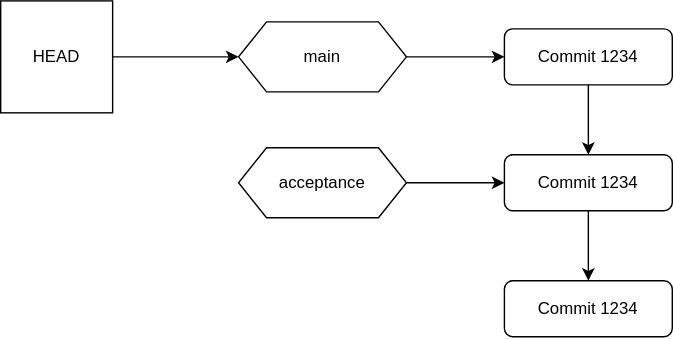
OpenKnowledgeHub/presentations keeps this draw.io diagram as git-learning/assets/git_branch.drawio.svg. Above is the earlier version. Source tidied: cells renumbered, new cells last; positions are measured from the earlier drawing's top-left corner, leaving out a move shared by most shapes. Its diagram source:
```xml
<mxGraphModel>
  <root>
    <mxCell id="0" />
    <mxCell id="1" parent="0" />
    <mxCell id="2" style="edgeStyle=orthogonalEdgeStyle;rounded=0;jettySize=auto;html=1;" parent="1" edge="1" source="3" target="5">
      <mxGeometry relative="1" as="geometry" />
    </mxCell>
    <mxCell id="3" value="HEAD" style="whiteSpace=wrap;html=1;" parent="1" vertex="1">
      <mxGeometry width="80" height="80" as="geometry" />
    </mxCell>
    <mxCell id="4" style="edgeStyle=orthogonalEdgeStyle;rounded=0;jettySize=auto;html=1;entryX=0;entryY=0.5;entryDx=0;entryDy=0;" parent="1" edge="1" source="5" target="7">
      <mxGeometry relative="1" as="geometry" />
    </mxCell>
    <mxCell id="5" value="main" style="shape=hexagon;perimeter=hexagonPerimeter2;whiteSpace=wrap;html=1;fixedSize=1;" parent="1" vertex="1">
      <mxGeometry x="170" y="15" width="120" height="50" as="geometry" />
    </mxCell>
    <mxCell id="6" style="edgeStyle=orthogonalEdgeStyle;rounded=0;jettySize=auto;html=1;" parent="1" edge="1" source="7" target="9">
      <mxGeometry relative="1" as="geometry" />
    </mxCell>
    <mxCell id="7" value="Commit 1234" style="rounded=1;whiteSpace=wrap;html=1;" parent="1" vertex="1">
      <mxGeometry x="360" y="20" width="120" height="40" as="geometry" />
    </mxCell>
    <mxCell id="8" style="edgeStyle=orthogonalEdgeStyle;rounded=0;jettySize=auto;html=1;" parent="1" edge="1" source="9" target="10">
      <mxGeometry relative="1" as="geometry" />
    </mxCell>
    <mxCell id="9" value="Commit 1234" style="rounded=1;whiteSpace=wrap;html=1;" parent="1" vertex="1">
      <mxGeometry x="360" y="110" width="120" height="40" as="geometry" />
    </mxCell>
    <mxCell id="10" value="Commit 1234" style="rounded=1;whiteSpace=wrap;html=1;" parent="1" vertex="1">
      <mxGeometry x="360" y="200" width="120" height="40" as="geometry" />
    </mxCell>
    <mxCell id="11" style="edgeStyle=orthogonalEdgeStyle;rounded=0;jettySize=auto;html=1;" parent="1" edge="1" source="12" target="9">
      <mxGeometry relative="1" as="geometry" />
    </mxCell>
    <mxCell id="12" value="acceptance" style="shape=hexagon;perimeter=hexagonPerimeter2;whiteSpace=wrap;html=1;fixedSize=1;" parent="1" vertex="1">
      <mxGeometry x="170" y="105" width="120" height="50" as="geometry" />
    </mxCell>
  </root>
</mxGraphModel>
```
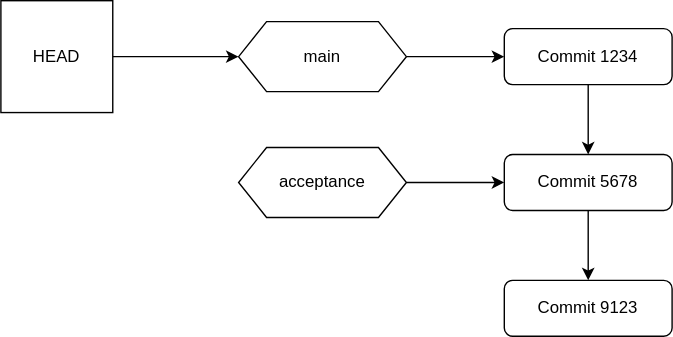
The same file after the commit.

Commit message:
finish git presentation

The edit, as a diff of the source:
```diff
@@ -23,10 +23,10 @@
     <mxCell id="8" style="edgeStyle=orthogonalEdgeStyle;rounded=0;jettySize=auto;html=1;" parent="1" edge="1" source="9" target="10">
       <mxGeometry relative="1" as="geometry" />
     </mxCell>
-    <mxCell id="9" value="Commit 1234" style="rounded=1;whiteSpace=wrap;html=1;" parent="1" vertex="1">
+    <mxCell id="9" value="Commit 5678" style="rounded=1;whiteSpace=wrap;html=1;" parent="1" vertex="1">
       <mxGeometry x="360" y="110" width="120" height="40" as="geometry" />
     </mxCell>
-    <mxCell id="10" value="Commit 1234" style="rounded=1;whiteSpace=wrap;html=1;" parent="1" vertex="1">
+    <mxCell id="10" value="Commit 9123" style="rounded=1;whiteSpace=wrap;html=1;" parent="1" vertex="1">
       <mxGeometry x="360" y="200" width="120" height="40" as="geometry" />
     </mxCell>
     <mxCell id="11" style="edgeStyle=orthogonalEdgeStyle;rounded=0;jettySize=auto;html=1;" parent="1" edge="1" source="12" target="9">
```
